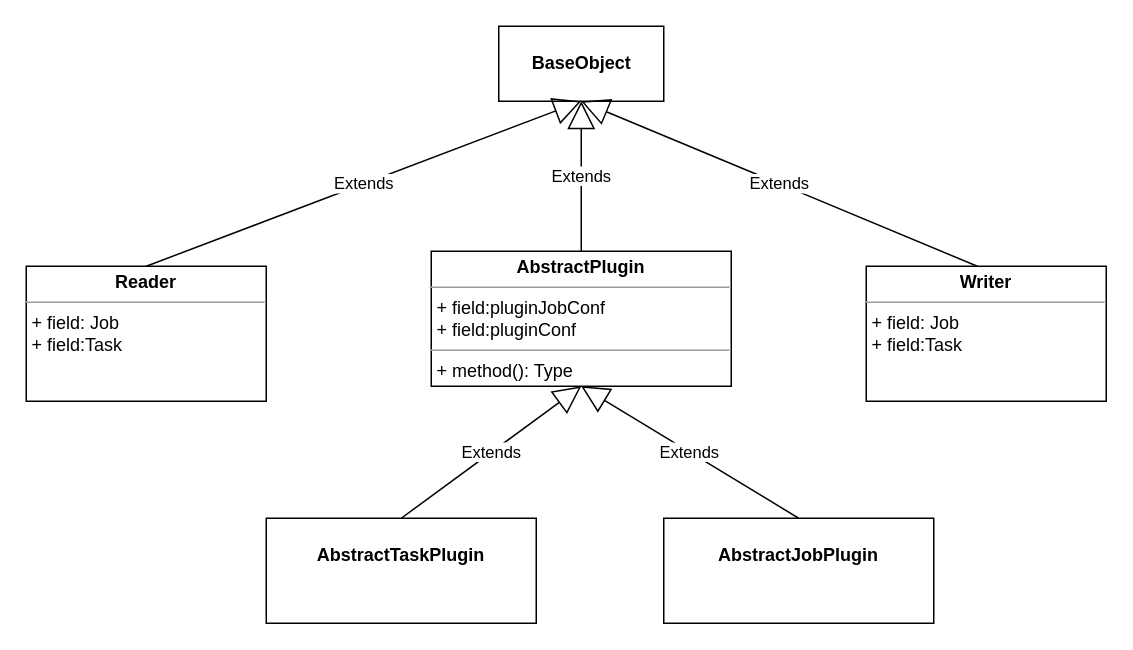
Above: 类图.drawio in wangbin2188/draw (draw.io), before the change. Source tidied: cells renumbered, new cells numbered last; positions are measured from the earlier drawing's top-left corner, leaving out a move shared by most shapes. Both pictures are drawn from the tidied source at 150%, with x=0, y=0 at pixel (26, 26).
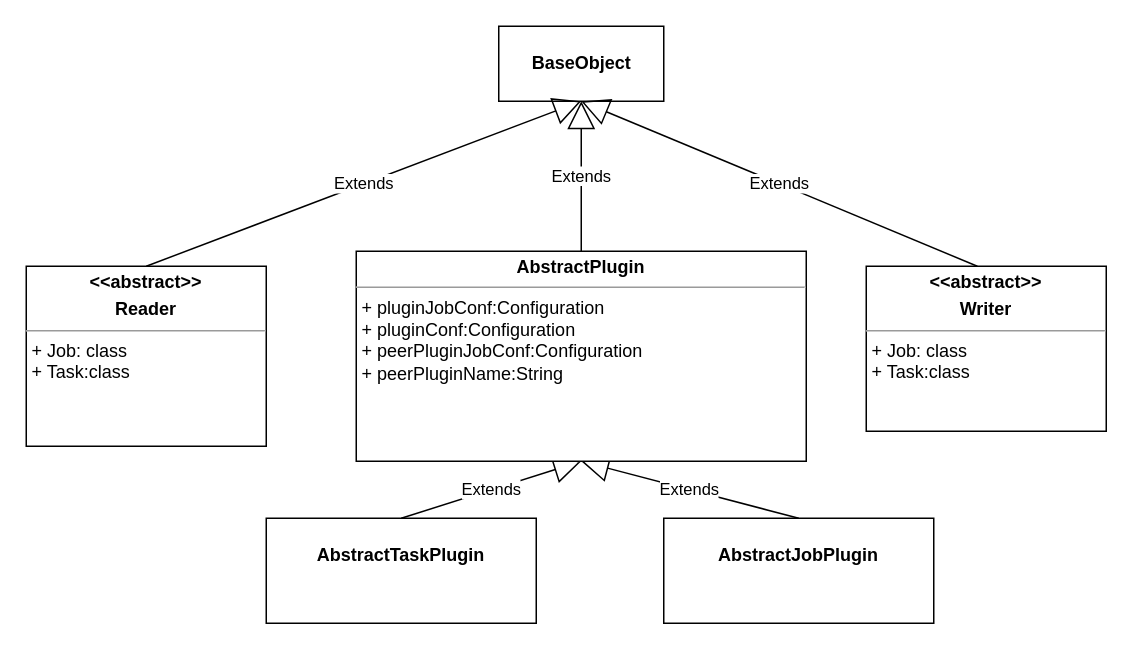
After the change.

Change to the diagram source:
```diff
@@
 <mxGraphModel>
   <root>
     <mxCell id="0" />
     <mxCell id="1" parent="0" />
     <mxCell id="2" value="BaseObject" style="html=1;fontStyle=1;" parent="1" vertex="1">
       <mxGeometry x="315" width="110" height="50" as="geometry" />
     </mxCell>
-    <mxCell id="3" value="&lt;p style=&quot;margin: 0px ; margin-top: 4px ; text-align: center&quot;&gt;&lt;b&gt;Writer&lt;/b&gt;&lt;/p&gt;&lt;hr size=&quot;1&quot;&gt;&lt;p style=&quot;margin: 0px ; margin-left: 4px&quot;&gt;+ field: Job&lt;/p&gt;&lt;p style=&quot;margin: 0px ; margin-left: 4px&quot;&gt;+ field:Task&lt;/p&gt;&lt;p style=&quot;margin: 0px ; margin-left: 4px&quot;&gt;&lt;br&gt;&lt;/p&gt;" style="verticalAlign=top;align=left;overflow=fill;fontSize=12;fontFamily=Helvetica;html=1;" parent="1" vertex="1">
-      <mxGeometry x="560" y="160" width="160" height="90" as="geometry" />
+    <mxCell id="3" value="&lt;p style=&quot;margin: 0px ; margin-top: 4px ; text-align: center&quot;&gt;&lt;b&gt;&amp;lt;&amp;lt;abstract&amp;gt;&amp;gt;&lt;/b&gt;&lt;/p&gt;&lt;p style=&quot;margin: 0px ; margin-top: 4px ; text-align: center&quot;&gt;&lt;b&gt;Writer&lt;/b&gt;&lt;/p&gt;&lt;hr size=&quot;1&quot;&gt;&lt;p style=&quot;margin: 0px ; margin-left: 4px&quot;&gt;+ Job: class&lt;/p&gt;&lt;p style=&quot;margin: 0px ; margin-left: 4px&quot;&gt;+ Task:class&lt;/p&gt;&lt;p style=&quot;margin: 0px ; margin-left: 4px&quot;&gt;&lt;br&gt;&lt;/p&gt;" style="verticalAlign=top;align=left;overflow=fill;fontSize=12;fontFamily=Helvetica;html=1;" parent="1" vertex="1">
+      <mxGeometry x="560" y="160" width="160" height="110" as="geometry" />
     </mxCell>
-    <mxCell id="4" value="&lt;p style=&quot;margin: 0px ; margin-top: 4px ; text-align: center&quot;&gt;&lt;b&gt;Reader&lt;/b&gt;&lt;/p&gt;&lt;hr size=&quot;1&quot;&gt;&lt;p style=&quot;margin: 0px ; margin-left: 4px&quot;&gt;+ field: Job&lt;/p&gt;&lt;p style=&quot;margin: 0px ; margin-left: 4px&quot;&gt;+ field:Task&lt;/p&gt;&lt;p style=&quot;margin: 0px ; margin-left: 4px&quot;&gt;&lt;br&gt;&lt;/p&gt;" style="verticalAlign=top;align=left;overflow=fill;fontSize=12;fontFamily=Helvetica;html=1;" parent="1" vertex="1">
-      <mxGeometry y="160" width="160" height="90" as="geometry" />
+    <mxCell id="4" value="&lt;p style=&quot;margin: 0px ; margin-top: 4px ; text-align: center&quot;&gt;&lt;b&gt;&amp;lt;&amp;lt;abstract&amp;gt;&amp;gt;&lt;/b&gt;&lt;/p&gt;&lt;p style=&quot;margin: 0px ; margin-top: 4px ; text-align: center&quot;&gt;&lt;b&gt;Reader&lt;/b&gt;&lt;/p&gt;&lt;hr size=&quot;1&quot;&gt;&lt;p style=&quot;margin: 0px ; margin-left: 4px&quot;&gt;+ Job: class&lt;/p&gt;&lt;p style=&quot;margin: 0px ; margin-left: 4px&quot;&gt;+ Task:class&lt;/p&gt;&lt;p style=&quot;margin: 0px ; margin-left: 4px&quot;&gt;&lt;br&gt;&lt;/p&gt;" style="verticalAlign=top;align=left;overflow=fill;fontSize=12;fontFamily=Helvetica;html=1;" parent="1" vertex="1">
+      <mxGeometry y="160" width="160" height="120" as="geometry" />
     </mxCell>
     <mxCell id="5" value="Extends" style="endArrow=block;endSize=16;endFill=0;html=1;entryX=0.5;entryY=1;entryDx=0;entryDy=0;exitX=0.5;exitY=0;exitDx=0;exitDy=0;" parent="1" edge="1" source="4" target="2">
       <mxGeometry relative="1" as="geometry" />
     </mxCell>
     <mxCell id="6" value="Extends" style="endArrow=block;endSize=16;endFill=0;html=1;entryX=0.5;entryY=1;entryDx=0;entryDy=0;exitX=0.463;exitY=0;exitDx=0;exitDy=0;exitPerimeter=0;" parent="1" edge="1" source="3" target="2">
       <mxGeometry relative="1" as="geometry" />
     </mxCell>
     <mxCell id="7" value="&lt;p style=&quot;margin: 0px ; margin-top: 4px ; text-align: center&quot;&gt;&lt;br&gt;&lt;b&gt;AbstractJobPlugin&lt;/b&gt;&lt;/p&gt;" style="verticalAlign=top;align=left;overflow=fill;fontSize=12;fontFamily=Helvetica;html=1;" parent="1" vertex="1">
       <mxGeometry x="425" y="328" width="180" height="70" as="geometry" />
     </mxCell>
     <mxCell id="8" value="&lt;p style=&quot;margin: 0px ; margin-top: 4px ; text-align: center&quot;&gt;&lt;br&gt;&lt;b&gt;AbstractTaskPlugin&lt;/b&gt;&lt;/p&gt;" style="verticalAlign=top;align=left;overflow=fill;fontSize=12;fontFamily=Helvetica;html=1;" parent="1" vertex="1">
       <mxGeometry x="160" y="328" width="180" height="70" as="geometry" />
     </mxCell>
     <mxCell id="9" value="Extends" style="endArrow=block;endSize=16;endFill=0;html=1;entryX=0.5;entryY=1;entryDx=0;entryDy=0;exitX=0.5;exitY=0;exitDx=0;exitDy=0;" parent="1" edge="1" source="12" target="2">
       <mxGeometry relative="1" as="geometry" />
     </mxCell>
     <mxCell id="10" value="Extends" style="endArrow=block;endSize=16;endFill=0;html=1;entryX=0.5;entryY=1;entryDx=0;entryDy=0;exitX=0.5;exitY=0;exitDx=0;exitDy=0;" parent="1" edge="1" source="7" target="12">
       <mxGeometry relative="1" as="geometry" />
     </mxCell>
     <mxCell id="11" value="Extends" style="endArrow=block;endSize=16;endFill=0;html=1;entryX=0.5;entryY=1;entryDx=0;entryDy=0;exitX=0.5;exitY=0;exitDx=0;exitDy=0;" parent="1" edge="1" source="8" target="12">
       <mxGeometry relative="1" as="geometry" />
     </mxCell>
-    <mxCell id="12" value="&lt;p style=&quot;margin: 0px ; margin-top: 4px ; text-align: center&quot;&gt;&lt;b&gt;AbstractPlugin&lt;/b&gt;&lt;/p&gt;&lt;hr size=&quot;1&quot;&gt;&lt;p style=&quot;margin: 0px ; margin-left: 4px&quot;&gt;+ field:pluginJobConf&lt;/p&gt;&lt;p style=&quot;margin: 0px ; margin-left: 4px&quot;&gt;+ field:pluginConf&lt;/p&gt;&lt;hr size=&quot;1&quot;&gt;&lt;p style=&quot;margin: 0px ; margin-left: 4px&quot;&gt;+ method(): Type&lt;/p&gt;" style="verticalAlign=top;align=left;overflow=fill;fontSize=12;fontFamily=Helvetica;html=1;" parent="1" vertex="1">
-      <mxGeometry x="270" y="150" width="200" height="90" as="geometry" />
+    <mxCell id="12" value="&lt;p style=&quot;margin: 0px ; margin-top: 4px ; text-align: center&quot;&gt;&lt;b&gt;AbstractPlugin&lt;/b&gt;&lt;/p&gt;&lt;hr size=&quot;1&quot;&gt;&lt;p style=&quot;margin: 0px ; margin-left: 4px&quot;&gt;+ pluginJobConf:Configuration&lt;/p&gt;&lt;p style=&quot;margin: 0px ; margin-left: 4px&quot;&gt;+ pluginConf:Configuration&lt;/p&gt;&lt;p style=&quot;margin: 0px ; margin-left: 4px&quot;&gt;+&amp;nbsp;peerPluginJobConf:Configuration&lt;/p&gt;&lt;p style=&quot;margin: 0px ; margin-left: 4px&quot;&gt;+&amp;nbsp;peerPluginName:String&lt;/p&gt;" style="verticalAlign=top;align=left;overflow=fill;fontSize=12;fontFamily=Helvetica;html=1;" parent="1" vertex="1">
+      <mxGeometry x="220" y="150" width="300" height="140" as="geometry" />
     </mxCell>
   </root>
 </mxGraphModel>
```
